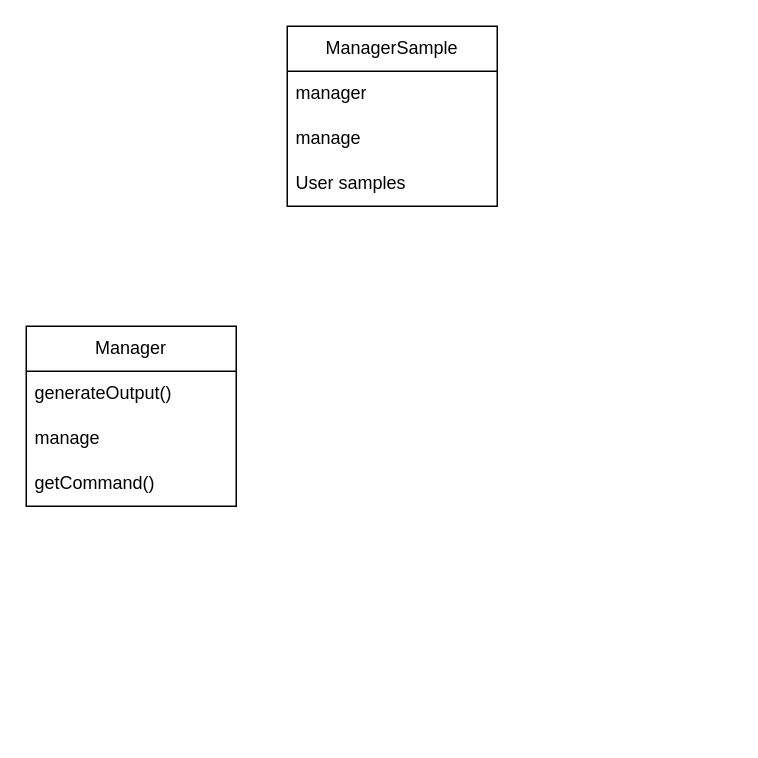
The draw.io diagram page "Manager" (1 of 5) of P2-POO/Diagrama sin título.drawio in josepepito-upm/UMLs, before the edit. Source tidied: cells renumbered, new cells numbered last; positions are measured from the earlier drawing's top-left corner, leaving out a move shared by most shapes. Both pictures are drawn from the tidied source at 150%, with x=0, y=0 at pixel (26, 26).
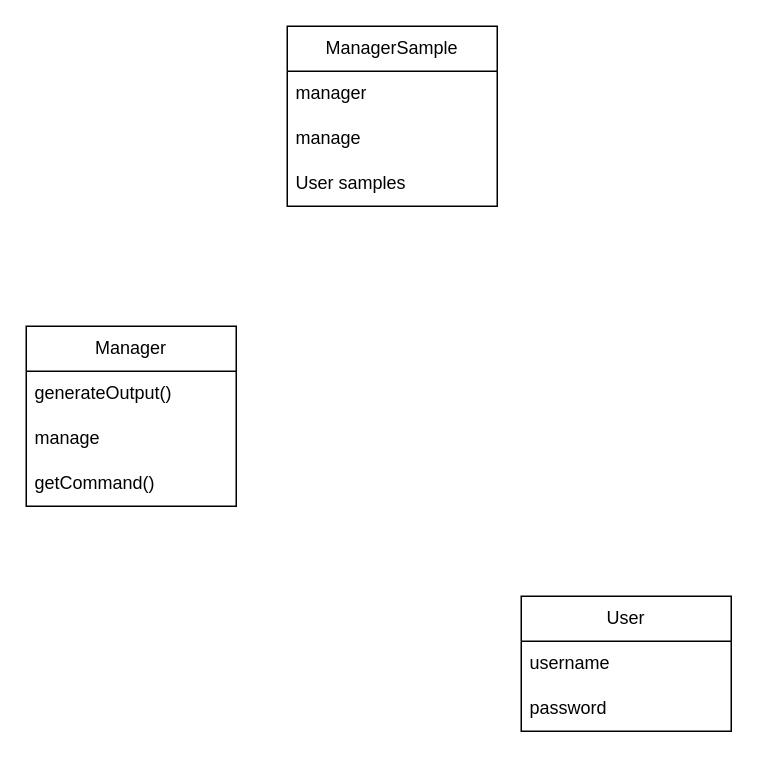
The same diagram, later.

The edit, as a diff of the source:
```diff
@@
 <mxGraphModel>
   <root>
     <mxCell id="0" />
     <mxCell id="1" parent="0" />
     <mxCell id="2" value="ManagerSample" style="swimlane;fontStyle=0;horizontal=1;startSize=30;whiteSpace=wrap;html=1;" parent="1" vertex="1">
       <mxGeometry x="174" width="140" height="120" as="geometry" />
     </mxCell>
     <mxCell id="3" value="manager" style="text;strokeColor=none;fillColor=none;align=left;verticalAlign=middle;spacingLeft=4;spacingRight=4;overflow=hidden;whiteSpace=wrap;html=1;" parent="2" vertex="1">
       <mxGeometry y="30" width="140" height="30" as="geometry" />
     </mxCell>
     <mxCell id="4" value="manage" style="text;strokeColor=none;fillColor=none;align=left;verticalAlign=middle;spacingLeft=4;spacingRight=4;overflow=hidden;whiteSpace=wrap;html=1;" parent="2" vertex="1">
       <mxGeometry y="60" width="140" height="30" as="geometry" />
     </mxCell>
     <mxCell id="5" value="User samples" style="text;strokeColor=none;fillColor=none;align=left;verticalAlign=middle;spacingLeft=4;spacingRight=4;overflow=hidden;whiteSpace=wrap;html=1;" parent="2" vertex="1">
       <mxGeometry y="90" width="140" height="30" as="geometry" />
     </mxCell>
     <mxCell id="6" value="Manager" style="swimlane;fontStyle=0;horizontal=1;startSize=30;whiteSpace=wrap;html=1;" parent="1" vertex="1">
       <mxGeometry y="200" width="140" height="120" as="geometry" />
     </mxCell>
     <mxCell id="7" value="generateOutput()" style="text;strokeColor=none;fillColor=none;align=left;verticalAlign=middle;spacingLeft=4;spacingRight=4;overflow=hidden;whiteSpace=wrap;html=1;" parent="6" vertex="1">
       <mxGeometry y="30" width="140" height="30" as="geometry" />
     </mxCell>
     <mxCell id="8" value="manage" style="text;strokeColor=none;fillColor=none;align=left;verticalAlign=middle;spacingLeft=4;spacingRight=4;overflow=hidden;whiteSpace=wrap;html=1;" parent="6" vertex="1">
       <mxGeometry y="60" width="140" height="30" as="geometry" />
     </mxCell>
     <mxCell id="9" value="getCommand()" style="text;strokeColor=none;fillColor=none;align=left;verticalAlign=middle;spacingLeft=4;spacingRight=4;overflow=hidden;whiteSpace=wrap;html=1;" parent="6" vertex="1">
       <mxGeometry y="90" width="140" height="30" as="geometry" />
     </mxCell>
+    <mxCell id="10" value="User" style="swimlane;fontStyle=0;horizontal=1;startSize=30;whiteSpace=wrap;html=1;" parent="1" vertex="1">
+      <mxGeometry x="330" y="380" width="140" height="90" as="geometry" />
+    </mxCell>
+    <mxCell id="11" value="username" style="text;strokeColor=none;fillColor=none;align=left;verticalAlign=middle;spacingLeft=4;spacingRight=4;overflow=hidden;whiteSpace=wrap;html=1;" parent="10" vertex="1">
+      <mxGeometry y="30" width="140" height="30" as="geometry" />
+    </mxCell>
+    <mxCell id="12" value="password" style="text;strokeColor=none;fillColor=none;align=left;verticalAlign=middle;spacingLeft=4;spacingRight=4;overflow=hidden;whiteSpace=wrap;html=1;" parent="10" vertex="1">
+      <mxGeometry y="60" width="140" height="30" as="geometry" />
+    </mxCell>
   </root>
 </mxGraphModel>
```
